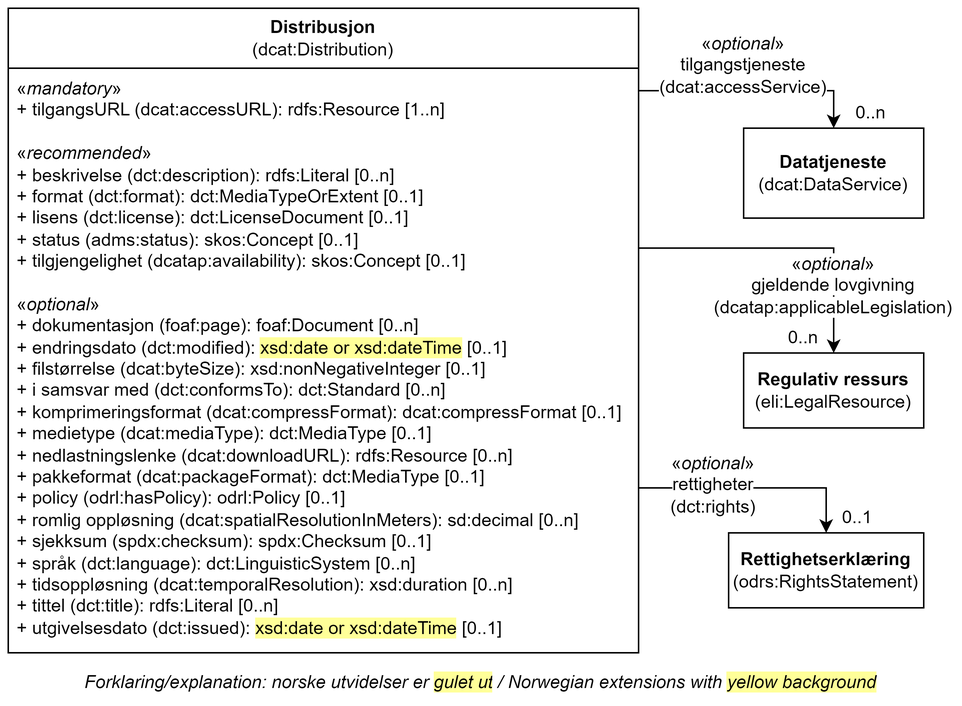
The draw.io diagram docs/images/Klassen-Distribusjon.png in Informasjonsforvaltning/dcat-ap-no, before a commit. Source tidied: cells renumbered, new cells last; positions are measured from the earlier drawing's top-left corner, leaving out a move shared by most shapes.
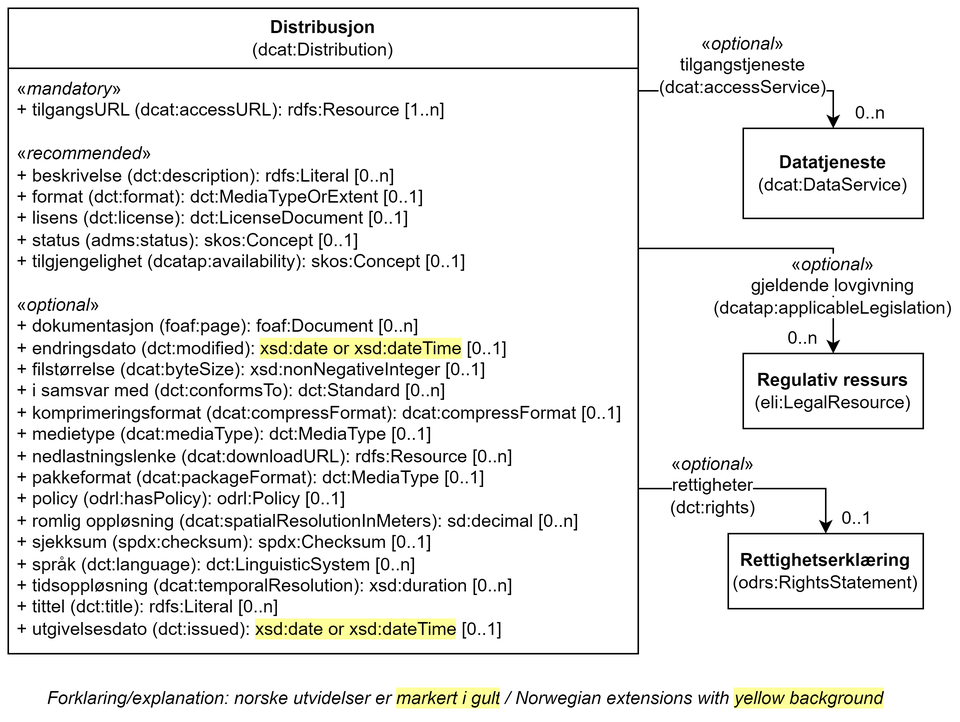
After the change.

The edit, as a diff of the source:
```diff
@@ -25,9 +25,6 @@
     <mxCell id="7" value="0..n" style="text;html=1;strokeColor=none;fillColor=none;align=center;verticalAlign=middle;whiteSpace=wrap;rounded=0;" parent="1" vertex="1">
       <mxGeometry x="560" y="60" width="30" height="20" as="geometry" />
     </mxCell>
-    <mxCell id="8" value="Forklaring/explanation: norske utvidelser er&amp;nbsp;&lt;span style=&quot;background-color: rgb(255, 255, 153);&quot;&gt;gulet ut&lt;/span&gt;&lt;span style=&quot;background-color: rgb(255 , 255 , 255)&quot;&gt;&amp;nbsp;/&amp;nbsp;Norwegian extensions with &lt;/span&gt;&lt;span style=&quot;background-color: rgb(255, 255, 153);&quot;&gt;yellow background&lt;/span&gt;" style="text;html=1;strokeColor=none;fillColor=none;align=center;verticalAlign=middle;whiteSpace=wrap;rounded=0;fontStyle=2;" parent="1" vertex="1">
-      <mxGeometry y="440" width="630" height="20" as="geometry" />
-    </mxCell>
     <mxCell id="9" value="&lt;b&gt;Regulativ ressurs&lt;/b&gt;&lt;br&gt;(eli:LegalResource)" style="html=1;whiteSpace=wrap;" parent="1" vertex="1">
       <mxGeometry x="490" y="230" width="120" height="50" as="geometry" />
     </mxCell>
@@ -63,5 +60,8 @@
     <mxCell id="16" value="0..1" style="text;html=1;strokeColor=none;fillColor=none;align=center;verticalAlign=middle;whiteSpace=wrap;rounded=0;" parent="1" vertex="1">
       <mxGeometry x="552" y="330" width="28" height="20" as="geometry" />
     </mxCell>
+    <mxCell id="17" value="Forklaring/explanation: norske utvidelser er&amp;nbsp;&lt;span style=&quot;background-color: rgb(255, 255, 153);&quot;&gt;markert i gult&lt;/span&gt;&lt;span style=&quot;background-color: rgb(255 , 255 , 255)&quot;&gt;&amp;nbsp;/&amp;nbsp;Norwegian extensions with &lt;/span&gt;&lt;span style=&quot;background-color: rgb(255, 255, 153);&quot;&gt;yellow background&lt;/span&gt;" style="text;html=1;strokeColor=none;fillColor=none;align=center;verticalAlign=middle;whiteSpace=wrap;rounded=0;fontStyle=2;" parent="1" vertex="1">
+      <mxGeometry y="450" width="610" height="20" as="geometry" />
+    </mxCell>
   </root>
 </mxGraphModel>
```
